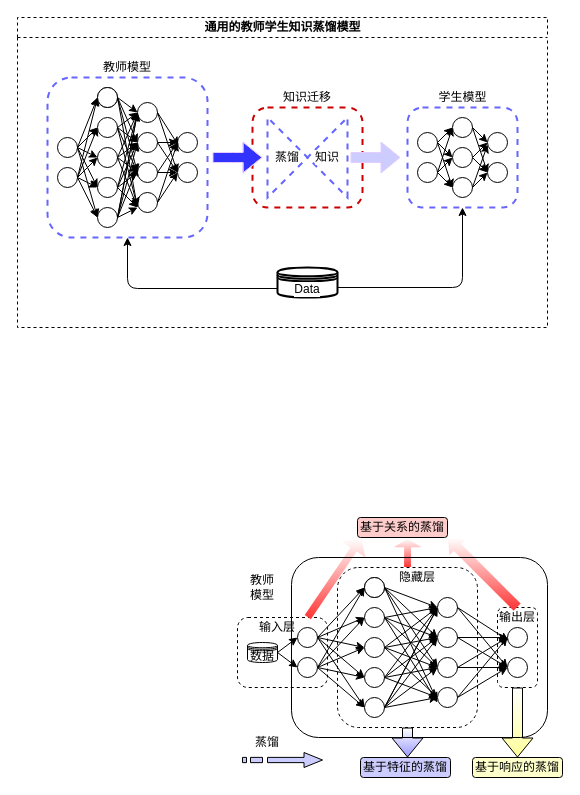
The draw.io diagram generic-KD.drawio in Noeverer/Mindmap, before the edit. Source tidied: cells renumbered, new cells numbered last; positions are measured from the earlier drawing's top-left corner, leaving out a move shared by most shapes. Both pictures are drawn from the tidied source at 100%, with x=0, y=0 at pixel (17, 17).
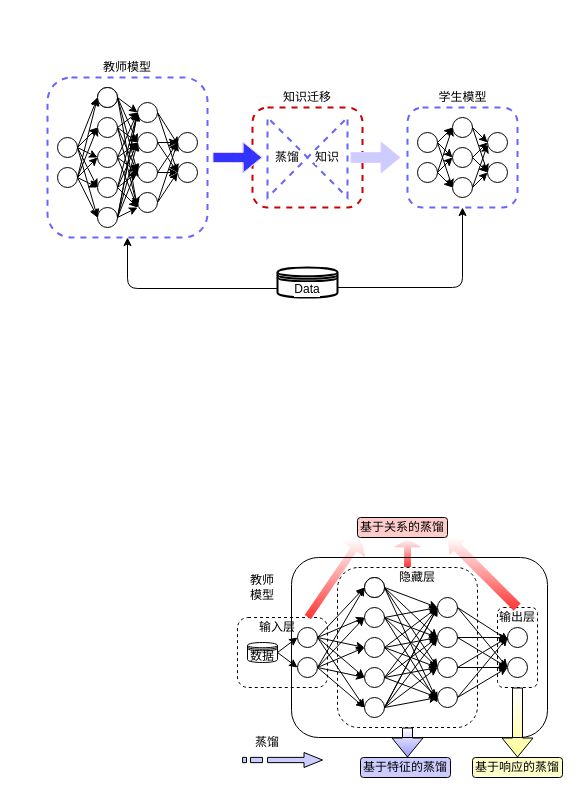
Above is the later version.

What changed in the source:
```diff
@@
-    <mxCell id="4" value="通用的教师学生知识蒸馏模型" style="swimlane;html=1;startSize=20;horizontal=1;containerType=tree;glass=0;dashed=1;" parent="1" vertex="1">
+    <mxCell id="4" style="swimlane;html=1;startSize=20;horizontal=1;containerType=tree;glass=0;dashed=1;strokeColor=none;fillColor=none;" parent="1" vertex="1">
       <mxGeometry width="530" height="310" as="geometry" />
     </mxCell>
```
